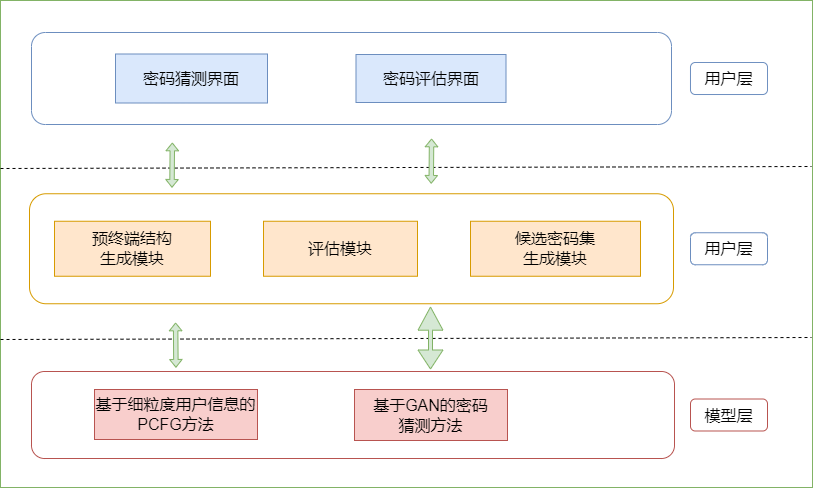
Before: system.drawio.png, a diagram exported from draw.io (lakomi/pictures). Source tidied: cells renumbered, new cells last; positions are measured from the earlier drawing's top-left corner, leaving out a move shared by most shapes.
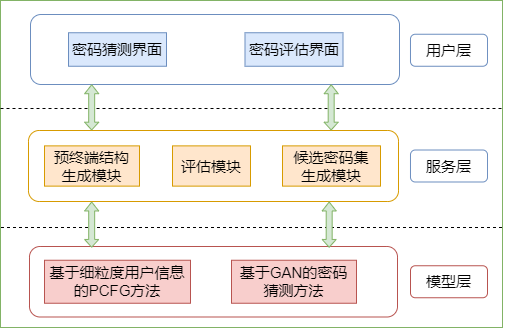
Later version of the same file.

The edit, as a diff of the source:
```diff
@@ -2,83 +2,83 @@
   <root>
     <mxCell id="0" />
     <mxCell id="1" parent="0" />
-    <mxCell id="2" style="rounded=0;whiteSpace=wrap;html=1;fontSize=16;fillColor=none;strokeColor=#82b366;" parent="1" vertex="1">
-      <mxGeometry width="812" height="487" as="geometry" />
-    </mxCell>
+    <mxCell id="22" style="rounded=0;whiteSpace=wrap;html=1;fontSize=15;fillColor=none;strokeColor=#82b366;" parent="1" vertex="1">
+      <mxGeometry x="-1" y="99" width="502" height="327" as="geometry" />
+    </mxCell>
-    <mxCell id="3" style="rounded=1;whiteSpace=wrap;html=1;fontSize=16;fillColor=none;strokeColor=#b85450;" parent="1" vertex="1">
-      <mxGeometry x="31" y="371" width="643" height="87" as="geometry" />
+    <mxCell id="3" style="rounded=1;whiteSpace=wrap;html=1;fontSize=15;fillColor=none;strokeColor=#b85450;" parent="1" vertex="1">
+      <mxGeometry x="28" y="345" width="368" height="70.5" as="geometry" />
     </mxCell>
-    <mxCell id="4" style="rounded=1;whiteSpace=wrap;html=1;fontSize=16;fillColor=none;strokeColor=#d79b00;" parent="1" vertex="1">
-      <mxGeometry x="29" y="193.2" width="644" height="110" as="geometry" />
+    <mxCell id="4" style="rounded=1;whiteSpace=wrap;html=1;fontSize=15;fillColor=none;strokeColor=#d79b00;" parent="1" vertex="1">
+      <mxGeometry x="27" y="229" width="370" height="71" as="geometry" />
     </mxCell>
-    <mxCell id="5" style="rounded=1;whiteSpace=wrap;html=1;fontSize=16;fillColor=none;strokeColor=#6c8ebf;" parent="1" vertex="1">
-      <mxGeometry x="31" y="32" width="640" height="92" as="geometry" />
+    <mxCell id="5" style="rounded=1;whiteSpace=wrap;html=1;fontSize=15;fillColor=none;strokeColor=#6c8ebf;" parent="1" vertex="1">
+      <mxGeometry x="29" y="113" width="369" height="70" as="geometry" />
     </mxCell>
-    <mxCell id="6" value="密码猜测界面" style="rounded=0;whiteSpace=wrap;html=1;fontSize=16;fillColor=#dae8fc;strokeColor=#6c8ebf;" parent="1" vertex="1">
-      <mxGeometry x="115" y="53.5" width="152" height="49" as="geometry" />
+    <mxCell id="6" value="密码猜测界面" style="rounded=0;whiteSpace=wrap;html=1;fontSize=15;fillColor=#dae8fc;strokeColor=#6c8ebf;" parent="1" vertex="1">
+      <mxGeometry x="67" y="131.2" width="98" height="33.5" as="geometry" />
     </mxCell>
-    <mxCell id="7" value="密码评估界面" style="rounded=0;whiteSpace=wrap;html=1;fontSize=16;fillColor=#dae8fc;strokeColor=#6c8ebf;" parent="1" vertex="1">
-      <mxGeometry x="355.5" y="54" width="150" height="48" as="geometry" />
+    <mxCell id="7" value="密码评估界面" style="rounded=0;whiteSpace=wrap;html=1;fontSize=15;fillColor=#dae8fc;strokeColor=#6c8ebf;" parent="1" vertex="1">
+      <mxGeometry x="243.5" y="131.2" width="98" height="33.5" as="geometry" />
     </mxCell>
-    <mxCell id="8" value="预终端结构&lt;br style=&quot;font-size: 16px;&quot;&gt;生成模块" style="rounded=0;whiteSpace=wrap;html=1;fontSize=16;fillColor=#ffe6cc;strokeColor=#d79b00;" parent="1" vertex="1">
-      <mxGeometry x="54" y="220.8" width="156" height="55" as="geometry" />
+    <mxCell id="8" value="预终端结构&lt;br style=&quot;font-size: 15px;&quot;&gt;生成模块" style="rounded=0;whiteSpace=wrap;html=1;fontSize=15;fillColor=#ffe6cc;strokeColor=#d79b00;" parent="1" vertex="1">
+      <mxGeometry x="43" y="244.4" width="95" height="40.2" as="geometry" />
     </mxCell>
-    <mxCell id="9" value="评估模块" style="rounded=0;whiteSpace=wrap;html=1;fontSize=16;fillColor=#ffe6cc;strokeColor=#d79b00;" parent="1" vertex="1">
-      <mxGeometry x="263" y="220.8" width="154" height="55" as="geometry" />
+    <mxCell id="9" value="评估模块" style="rounded=0;whiteSpace=wrap;html=1;fontSize=15;fillColor=#ffe6cc;strokeColor=#d79b00;" parent="1" vertex="1">
+      <mxGeometry x="171" y="244.4" width="78" height="40.2" as="geometry" />
     </mxCell>
-    <mxCell id="10" value="候选密码集&lt;br style=&quot;font-size: 16px;&quot;&gt;生成模块" style="rounded=0;whiteSpace=wrap;html=1;fontSize=16;fillColor=#ffe6cc;strokeColor=#d79b00;" parent="1" vertex="1">
-      <mxGeometry x="470" y="220.8" width="170" height="55" as="geometry" />
+    <mxCell id="10" value="候选密码集&lt;br style=&quot;font-size: 15px;&quot;&gt;生成模块" style="rounded=0;whiteSpace=wrap;html=1;fontSize=15;fillColor=#ffe6cc;strokeColor=#d79b00;" parent="1" vertex="1">
+      <mxGeometry x="281" y="244.4" width="98" height="40.2" as="geometry" />
     </mxCell>
-    <mxCell id="11" value="基于细粒度用户信息的PCFG方法" style="rounded=0;whiteSpace=wrap;html=1;fontSize=16;fillColor=#f8cecc;strokeColor=#b85450;" parent="1" vertex="1">
-      <mxGeometry x="94" y="389" width="163" height="50" as="geometry" />
+    <mxCell id="11" value="基于细粒度用户信息的PCFG方法" style="rounded=0;whiteSpace=wrap;html=1;fontSize=15;fillColor=#f8cecc;strokeColor=#b85450;" parent="1" vertex="1">
+      <mxGeometry x="43" y="358.8" width="146" height="43" as="geometry" />
     </mxCell>
-    <mxCell id="12" value="基于GAN的密码&lt;br style=&quot;font-size: 16px;&quot;&gt;猜测方法" style="rounded=0;whiteSpace=wrap;html=1;fontSize=16;fillColor=#f8cecc;strokeColor=#b85450;" parent="1" vertex="1">
-      <mxGeometry x="354" y="389" width="153" height="51" as="geometry" />
+    <mxCell id="12" value="基于GAN的密码&lt;br style=&quot;font-size: 15px;&quot;&gt;猜测方法" style="rounded=0;whiteSpace=wrap;html=1;fontSize=15;fillColor=#f8cecc;strokeColor=#b85450;" parent="1" vertex="1">
+      <mxGeometry x="230" y="358.8" width="125" height="43" as="geometry" />
     </mxCell>
-    <mxCell id="13" style="endArrow=none;dashed=1;html=1;rounded=0;fontSize=16;" parent="1" edge="1">
+    <mxCell id="13" style="endArrow=none;dashed=1;html=1;rounded=0;fontSize=15;" parent="1" edge="1">
       <mxGeometry relative="1" as="geometry">
-        <mxPoint y="168" as="sourcePoint" />
-        <mxPoint x="811" y="166" as="targetPoint" />
+        <mxPoint x="-1" y="207" as="sourcePoint" />
+        <mxPoint x="502" y="207" as="targetPoint" />
       </mxGeometry>
     </mxCell>
-    <mxCell id="14" style="endArrow=none;dashed=1;html=1;rounded=0;fontSize=16;" parent="1" edge="1">
+    <mxCell id="14" style="endArrow=none;dashed=1;html=1;rounded=0;fontSize=15;" parent="1" edge="1">
       <mxGeometry relative="1" as="geometry">
-        <mxPoint y="339" as="sourcePoint" />
-        <mxPoint x="811" y="337" as="targetPoint" />
+        <mxPoint x="-0.5" y="326" as="sourcePoint" />
+        <mxPoint x="501" y="326" as="targetPoint" />
       </mxGeometry>
     </mxCell>
-    <mxCell id="15" style="shape=flexArrow;endArrow=classic;startArrow=classic;html=1;rounded=0;width=4;endSize=7.4;fontSize=16;fillColor=#d5e8d4;strokeColor=#82b366;" parent="1" edge="1">
-      <mxGeometry relative="1" as="geometry">
-        <mxPoint x="430" y="369" as="sourcePoint" />
-        <mxPoint x="430" y="306" as="targetPoint" />
-      </mxGeometry>
-    </mxCell>
-    <mxCell id="16" value="用户层" style="rounded=1;whiteSpace=wrap;html=1;fontSize=16;strokeColor=#6c8ebf;fillColor=none;" parent="1" vertex="1">
-      <mxGeometry x="690" y="62" width="77" height="32" as="geometry" />
+    <mxCell id="16" value="用户层" style="rounded=1;whiteSpace=wrap;html=1;fontSize=15;strokeColor=#6c8ebf;fillColor=none;" parent="1" vertex="1">
+      <mxGeometry x="409" y="132.8" width="77" height="32" as="geometry" />
     </mxCell>
-    <mxCell id="17" value="模型层" style="rounded=1;whiteSpace=wrap;html=1;fontSize=16;strokeColor=#b85450;fillColor=none;" parent="1" vertex="1">
-      <mxGeometry x="690" y="398.5" width="77" height="32" as="geometry" />
+    <mxCell id="17" value="模型层" style="rounded=1;whiteSpace=wrap;html=1;fontSize=15;strokeColor=#b85450;fillColor=none;" parent="1" vertex="1">
+      <mxGeometry x="409" y="364.2" width="77" height="32" as="geometry" />
     </mxCell>
-    <mxCell id="18" style="shape=flexArrow;endArrow=classic;startArrow=classic;html=1;rounded=0;width=4.444444444444445;endSize=2.2694444444444444;fontSize=16;fillColor=#d5e8d4;strokeColor=#82b366;endWidth=7.129629629629629;startWidth=7.129629629629629;startSize=2.2694444444444444;" parent="1" edge="1">
-      <mxGeometry relative="1" as="geometry">
-        <mxPoint x="171.5" y="187.2" as="sourcePoint" />
-        <mxPoint x="171.8" y="142" as="targetPoint" />
-      </mxGeometry>
-    </mxCell>
-    <mxCell id="19" value="用户层" style="rounded=1;whiteSpace=wrap;html=1;fontSize=16;strokeColor=#6c8ebf;fillColor=none;" parent="1" vertex="1">
-      <mxGeometry x="690" y="232.2" width="77" height="32" as="geometry" />
+    <mxCell id="19" value="服务层" style="rounded=1;whiteSpace=wrap;html=1;fontSize=15;strokeColor=#6c8ebf;fillColor=none;" parent="1" vertex="1">
+      <mxGeometry x="409" y="248.5" width="77" height="32" as="geometry" />
     </mxCell>
-    <mxCell id="20" style="shape=flexArrow;endArrow=classic;startArrow=classic;html=1;rounded=0;width=4.444444444444445;endSize=2.2694444444444444;fontSize=16;fillColor=#d5e8d4;strokeColor=#82b366;endWidth=7.129629629629629;startWidth=7.129629629629629;startSize=2.2694444444444444;" parent="1" edge="1">
-      <mxGeometry relative="1" as="geometry">
-        <mxPoint x="430.7" y="183.2" as="sourcePoint" />
-        <mxPoint x="431.1" y="138" as="targetPoint" />
-      </mxGeometry>
-    </mxCell>
-    <mxCell id="21" style="shape=flexArrow;endArrow=classic;startArrow=classic;html=1;rounded=0;width=4.444444444444445;endSize=2.2694444444444444;fontSize=16;fillColor=#d5e8d4;strokeColor=#82b366;endWidth=7.129629629629629;startWidth=7.129629629629629;startSize=2.2694444444444444;" parent="1" edge="1">
-      <mxGeometry relative="1" as="geometry">
-        <mxPoint x="175.4" y="367.2" as="sourcePoint" />
-        <mxPoint x="175.1" y="322" as="targetPoint" />
-      </mxGeometry>
-    </mxCell>
+    <mxCell id="23" style="shape=flexArrow;endArrow=classic;startArrow=classic;html=1;rounded=0;width=5.977011494252874;endSize=2.6551724137931036;fontSize=15;fillColor=#d5e8d4;strokeColor=#82b366;endWidth=7.129629629629629;startWidth=7.129629629629629;startSize=2.2694444444444444;" parent="1" edge="1">
+      <mxGeometry relative="1" as="geometry">
+        <mxPoint x="90.2" y="346.2" as="sourcePoint" />
+        <mxPoint x="90.2" y="300" as="targetPoint" />
+      </mxGeometry>
+    </mxCell>
+    <mxCell id="24" style="shape=flexArrow;endArrow=classic;startArrow=classic;html=1;rounded=0;width=5.977011494252874;endSize=2.6551724137931036;fontSize=15;fillColor=#d5e8d4;strokeColor=#82b366;endWidth=7.129629629629629;startWidth=7.129629629629629;startSize=2.2694444444444444;" parent="1" edge="1">
+      <mxGeometry relative="1" as="geometry">
+        <mxPoint x="329.7" y="229" as="sourcePoint" />
+        <mxPoint x="329.7" y="182.8" as="targetPoint" />
+      </mxGeometry>
+    </mxCell>
+    <mxCell id="25" style="shape=flexArrow;endArrow=classic;startArrow=classic;html=1;rounded=0;width=5.977011494252874;endSize=2.6551724137931036;fontSize=15;fillColor=#d5e8d4;strokeColor=#82b366;endWidth=7.129629629629629;startWidth=7.129629629629629;startSize=2.2694444444444444;" parent="1" edge="1">
+      <mxGeometry relative="1" as="geometry">
+        <mxPoint x="90.2" y="229" as="sourcePoint" />
+        <mxPoint x="90.2" y="182.8" as="targetPoint" />
+      </mxGeometry>
+    </mxCell>
+    <mxCell id="26" style="shape=flexArrow;endArrow=classic;startArrow=classic;html=1;rounded=0;width=5.977011494252874;endSize=2.6551724137931036;fontSize=15;fillColor=#d5e8d4;strokeColor=#82b366;endWidth=7.129629629629629;startWidth=7.129629629629629;startSize=2.2694444444444444;" parent="1" edge="1">
+      <mxGeometry relative="1" as="geometry">
+        <mxPoint x="327.7" y="346.2" as="sourcePoint" />
+        <mxPoint x="327.7" y="300" as="targetPoint" />
+      </mxGeometry>
+    </mxCell>
   </root>
 </mxGraphModel>
```
